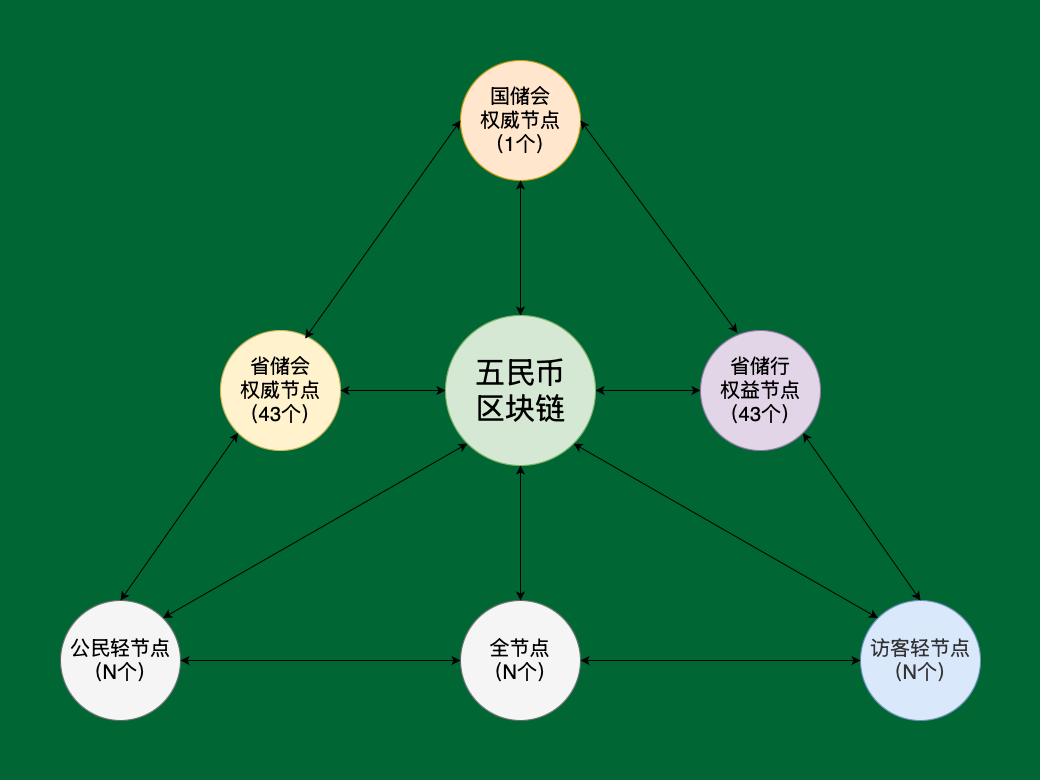
This is wendangku/节点图.png from ChinaNation/GMB, a draw.io export, as it was before one commit. Source tidied: cells renumbered, new cells last; positions are measured from the earlier drawing's top-left corner, leaving out a move shared by most shapes.
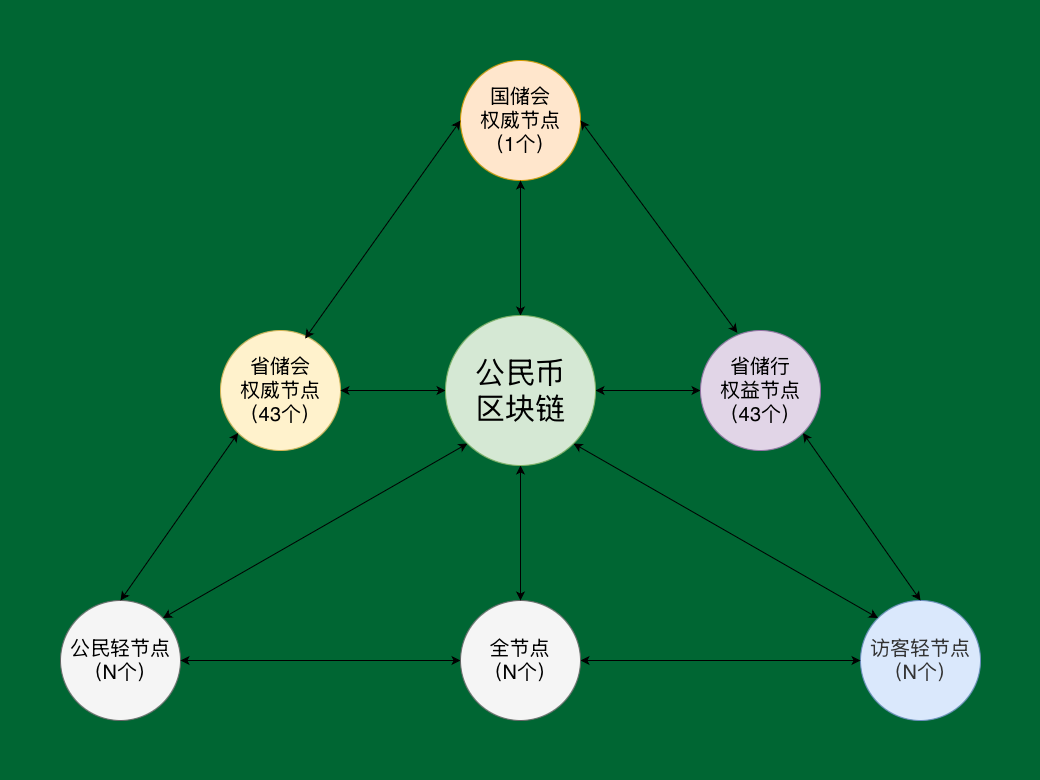
After the commit.

The edit, as a diff of the source:
```diff
@@ -77,7 +77,7 @@
         </Array>
       </mxGeometry>
     </mxCell>
-    <mxCell id="23" value="五民币&lt;div&gt;区块链&lt;/div&gt;" style="ellipse;whiteSpace=wrap;html=1;fillColor=#d5e8d4;strokeColor=#82b366;fontSize=30;" parent="1" vertex="1">
+    <mxCell id="23" value="公民币&lt;div&gt;区块链&lt;/div&gt;" style="ellipse;whiteSpace=wrap;html=1;fillColor=#d5e8d4;strokeColor=#82b366;fontSize=30;" parent="1" vertex="1">
       <mxGeometry x="445" y="315" width="150" height="150" as="geometry" />
     </mxCell>
     <mxCell id="24" style="endArrow=none;dashed=1;html=1;dashPattern=1 3;strokeWidth=2;rounded=0;labelBackgroundColor=none;fontColor=none;noLabel=1;fontSize=1;strokeColor=none;" parent="1" edge="1" target="25">
```
